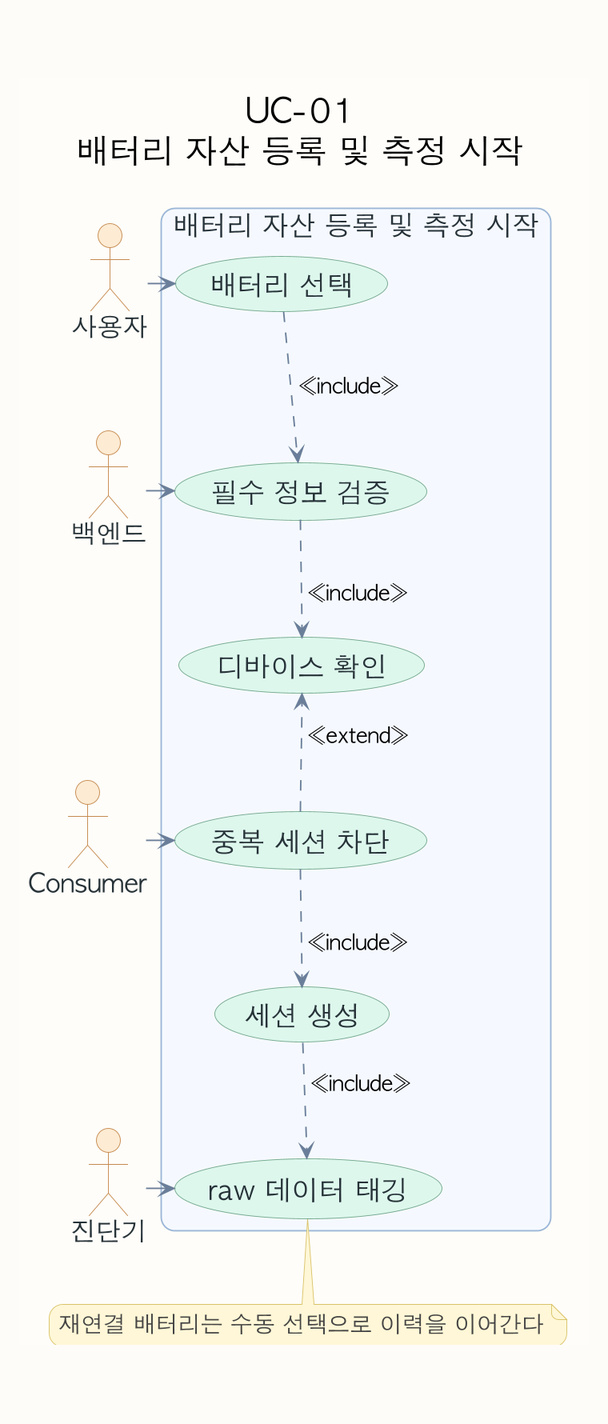
The PlantUML diagram assets/diagrams/usecase/uc-01-usecase.png in ricky30825-creator/BMS, before a commit. Its source is kept beside it as assets/diagrams/usecase/uc-01-usecase.puml.
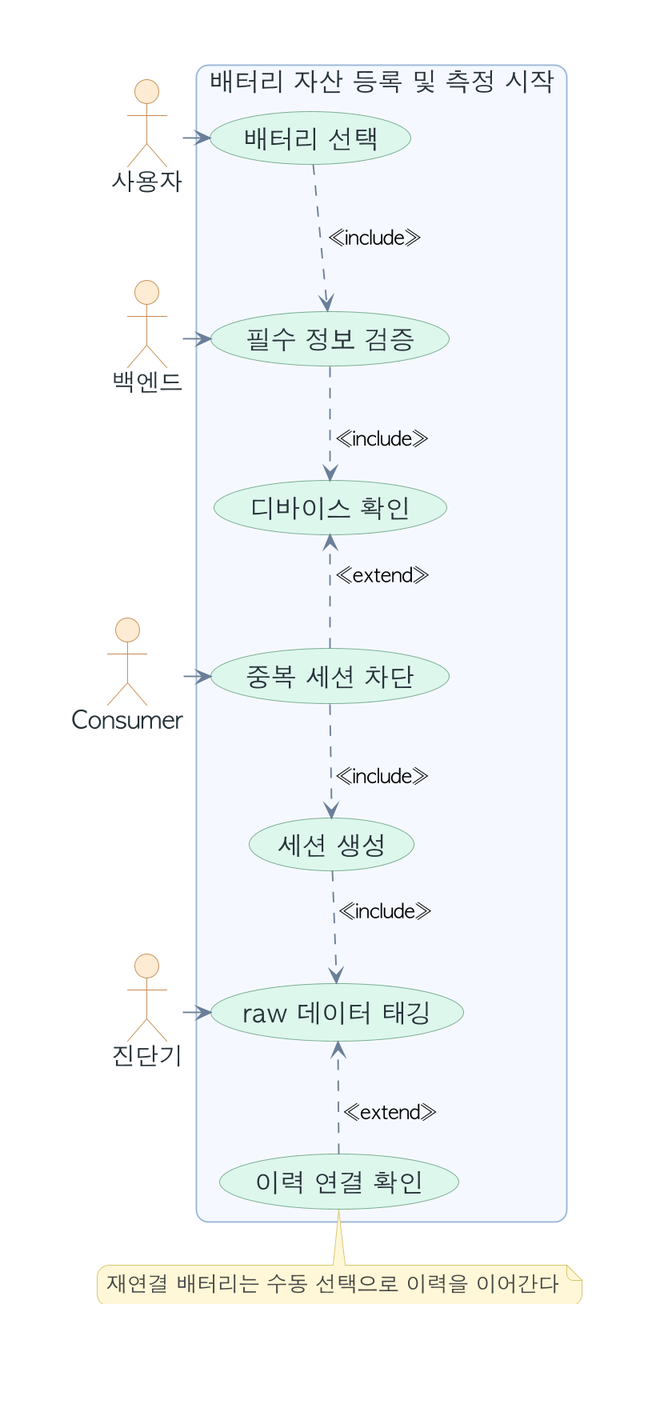
The same diagram one commit later.

The edit, as a diff of the source:
```diff
@@ -1,16 +1,15 @@
 @startuml
 !pragma layout smetana
-skinparam backgroundColor #FEFCF8
+skinparam backgroundColor transparent
 skinparam shadowing false
 skinparam dpi 180
 skinparam defaultFontName "AppleGothic"
-skinparam defaultFontSize 18
-skinparam TitleFontSize 22
-skinparam ActorFontSize 17
-skinparam UsecaseFontSize 18
-skinparam NoteFontSize 15
-skinparam ArrowFontSize 14
-skinparam roundcorner 18
+skinparam defaultFontSize 17
+skinparam ActorFontSize 16
+skinparam UsecaseFontSize 17
+skinparam NoteFontSize 14
+skinparam ArrowFontSize 13
+skinparam roundcorner 16
 skinparam usecase {
   BackgroundColor #F8FAFC
   BorderColor #8EA7C2
@@ -37,7 +36,6 @@
   BackgroundColor #DDF6EC
   BorderColor #74A88C
 }
-title UC-01\n배터리 자산 등록 및 측정 시작
 actor "사용자" as A
 actor "백엔드" as S1
 actor "Consumer" as S2
@@ -49,12 +47,14 @@
   usecase "중복 세션 차단" as U4
   usecase "세션 생성" as U5
   usecase "raw 데이터 태깅" as U6
+  usecase "이력 연결 확인" as U7
 }
 U1 -[hidden]down- U2
 U2 -[hidden]down- U3
 U3 -[hidden]down- U4
 U4 -[hidden]down- U5
 U5 -[hidden]down- U6
+U6 -[hidden]down- U7
 A -right-> U1
 S1 -left-> U2
 S2 -left-> U4
@@ -64,7 +64,8 @@
 U4 ..> U3 : <<extend>>
 U4 ..> U5 : <<include>>
 U5 ..> U6 : <<include>>
-note bottom of U6
+U7 ..> U6 : <<extend>>
+note bottom of U7
 재연결 배터리는 수동 선택으로 이력을 이어간다
 end note
 @enduml
```
